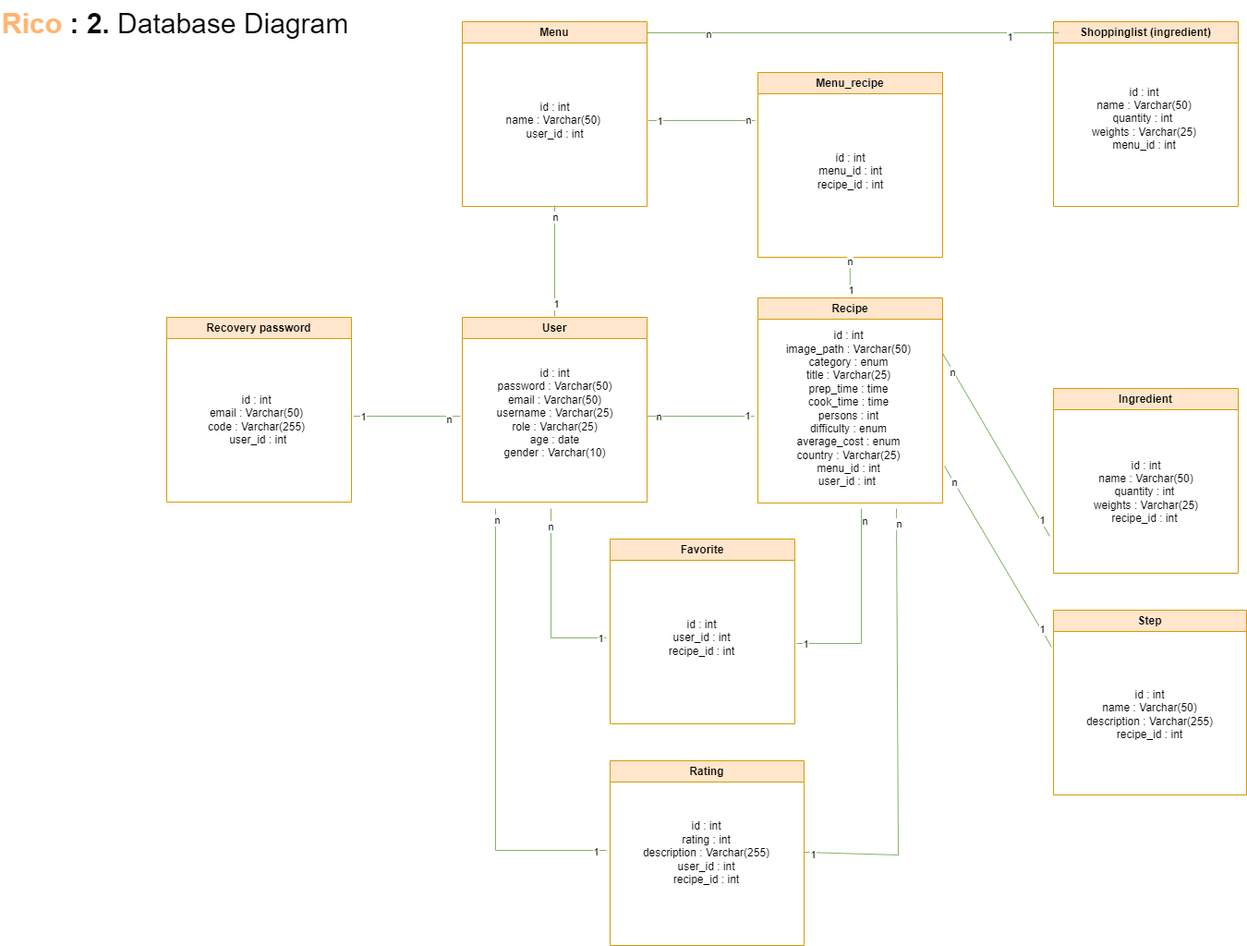
saracruzfdez/ricoCda keeps this draw.io diagram as conception/Database_Diagram.drawio.png. Above is the earlier version. Source tidied: cells renumbered, new cells last; positions are measured from the earlier drawing's top-left corner, leaving out a move shared by most shapes.
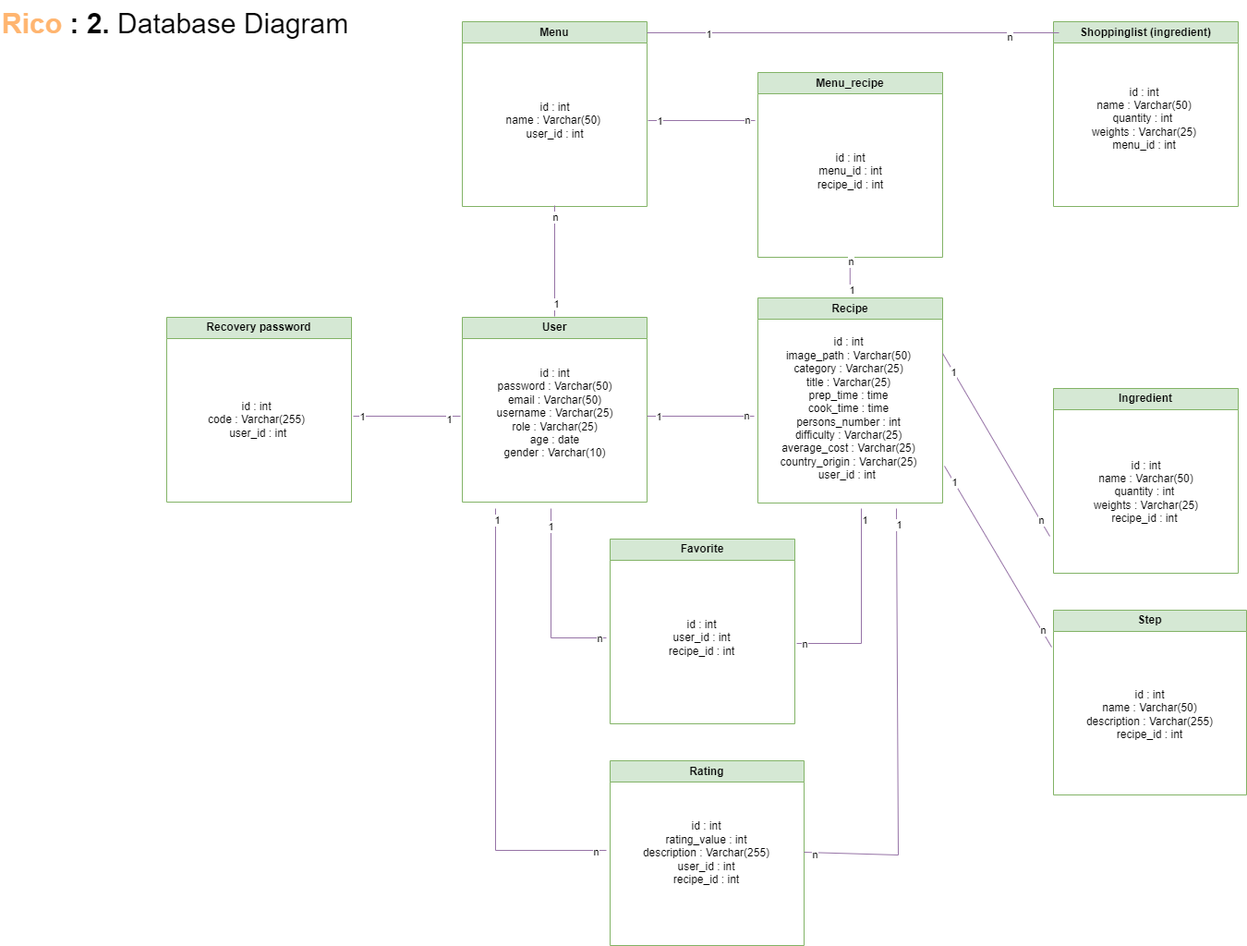
The same file after the commit.

Diff of the diagram source:
```diff
@@ -2,58 +2,58 @@
   <root>
     <mxCell id="0" />
     <mxCell id="1" parent="0" />
-    <mxCell id="2" value="Step" style="swimlane;whiteSpace=wrap;html=1;fillColor=#ffe6cc;strokeColor=#d79b00;" parent="1" vertex="1">
+    <mxCell id="2" value="Step" style="swimlane;whiteSpace=wrap;html=1;fillColor=#d5e8d4;strokeColor=#82b366;" parent="1" vertex="1">
       <mxGeometry x="1140" y="660" width="209" height="200" as="geometry" />
     </mxCell>
     <mxCell id="3" value="id : int&lt;br&gt;name : Varchar(50)&lt;br&gt;description : Varchar(255)&lt;br style=&quot;border-color: var(--border-color);&quot;&gt;recipe_id : int" style="text;html=1;align=center;verticalAlign=middle;strokeColor=none;fillColor=none;" parent="2" vertex="1">
       <mxGeometry x="24" y="78" width="160" height="70" as="geometry" />
     </mxCell>
-    <mxCell id="4" value="Ingredient" style="swimlane;whiteSpace=wrap;html=1;fillColor=#ffe6cc;strokeColor=#d79b00;" parent="1" vertex="1">
+    <mxCell id="4" value="Ingredient" style="swimlane;whiteSpace=wrap;html=1;fillColor=#d5e8d4;strokeColor=#82b366;" parent="1" vertex="1">
       <mxGeometry x="1140" y="420" width="200" height="200" as="geometry" />
     </mxCell>
     <mxCell id="5" value="id : int&lt;br style=&quot;border-color: var(--border-color);&quot;&gt;name : Varchar(50)&lt;br style=&quot;border-color: var(--border-color);&quot;&gt;quantity : int&amp;nbsp;&lt;br style=&quot;border-color: var(--border-color);&quot;&gt;weights : Varchar(25)&lt;br&gt;recipe_id : int&amp;nbsp;" style="text;html=1;align=center;verticalAlign=middle;strokeColor=none;fillColor=none;" parent="4" vertex="1">
       <mxGeometry x="30" y="67" width="140" height="90" as="geometry" />
     </mxCell>
-    <mxCell id="6" value="Shoppinglist (ingredient)" style="swimlane;whiteSpace=wrap;html=1;fillColor=#ffe6cc;strokeColor=#d79b00;" parent="1" vertex="1">
+    <mxCell id="6" value="Shoppinglist (ingredient)" style="swimlane;whiteSpace=wrap;html=1;fillColor=#d5e8d4;strokeColor=#82b366;" parent="1" vertex="1">
       <mxGeometry x="1140" y="23" width="200" height="200" as="geometry" />
     </mxCell>
     <mxCell id="7" value="id : int&lt;br&gt;name : Varchar(50) &lt;br&gt;quantity : int&amp;nbsp;&lt;br&gt;weights : Varchar(25)&lt;br&gt;menu_id : int" style="text;html=1;align=center;verticalAlign=middle;strokeColor=none;fillColor=none;" parent="6" vertex="1">
       <mxGeometry x="28" y="60" width="140" height="90" as="geometry" />
     </mxCell>
-    <mxCell id="8" value="Recipe" style="swimlane;whiteSpace=wrap;html=1;fillColor=#ffe6cc;strokeColor=#d79b00;" parent="1" vertex="1">
+    <mxCell id="8" value="Recipe" style="swimlane;whiteSpace=wrap;html=1;fillColor=#d5e8d4;strokeColor=#82b366;" parent="1" vertex="1">
       <mxGeometry x="820" y="322" width="200" height="222" as="geometry" />
     </mxCell>
-    <mxCell id="9" value="id : int&lt;br&gt;image_path : Varchar(50)&lt;br&gt;category : enum&lt;br&gt;title : Varchar(25)&lt;br&gt;prep_time : time&lt;br style=&quot;border-color: var(--border-color);&quot;&gt;cook_time : time&lt;br&gt;persons : int&lt;br&gt;difficulty : enum&lt;br&gt;average_cost : enum&lt;br&gt;country : Varchar(25)&lt;br&gt;menu_id : int&lt;br&gt;user_id : int&amp;nbsp;" style="text;html=1;align=center;verticalAlign=middle;strokeColor=none;fillColor=none;" parent="8" vertex="1">
-      <mxGeometry x="18" y="25" width="160" height="190" as="geometry" />
+    <mxCell id="9" value="id : int&lt;br&gt;image_path : Varchar(50)&lt;br&gt;category : Varchar(25)&lt;br&gt;title : Varchar(25)&lt;br&gt;prep_time : time&lt;br style=&quot;border-color: var(--border-color);&quot;&gt;cook_time : time&lt;br&gt;persons_number : int&lt;br&gt;difficulty : Varchar(25)&lt;br&gt;average_cost : Varchar(25)&lt;br&gt;country_origin : Varchar(25)&lt;br&gt;user_id : int&amp;nbsp;" style="text;html=1;align=center;verticalAlign=middle;strokeColor=none;fillColor=none;" parent="8" vertex="1">
+      <mxGeometry x="13" y="35" width="170" height="170" as="geometry" />
     </mxCell>
-    <mxCell id="10" value="Rating" style="swimlane;whiteSpace=wrap;html=1;startSize=23;fillColor=#ffe6cc;strokeColor=#d79b00;" parent="1" vertex="1">
+    <mxCell id="10" value="Rating" style="swimlane;whiteSpace=wrap;html=1;startSize=23;fillColor=#d5e8d4;strokeColor=#82b366;" parent="1" vertex="1">
       <mxGeometry x="660" y="823" width="210" height="200" as="geometry" />
     </mxCell>
-    <mxCell id="11" value="id : int&lt;br&gt;rating : int&lt;br&gt;description : Varchar(255)&lt;br&gt;user_id : int&lt;br style=&quot;border-color: var(--border-color);&quot;&gt;recipe_id : int&lt;br style=&quot;border-color: var(--border-color);&quot;&gt;&amp;nbsp;" style="text;html=1;align=center;verticalAlign=middle;strokeColor=none;fillColor=none;" parent="10" vertex="1">
+    <mxCell id="11" value="id : int&lt;br&gt;rating_value : int&lt;br&gt;description : Varchar(255)&lt;br&gt;user_id : int&lt;br style=&quot;border-color: var(--border-color);&quot;&gt;recipe_id : int&lt;br style=&quot;border-color: var(--border-color);&quot;&gt;&amp;nbsp;" style="text;html=1;align=center;verticalAlign=middle;strokeColor=none;fillColor=none;" parent="10" vertex="1">
       <mxGeometry x="24" y="57" width="160" height="100" as="geometry" />
     </mxCell>
-    <mxCell id="12" value="Favorite" style="swimlane;whiteSpace=wrap;html=1;fillColor=#ffe6cc;strokeColor=#d79b00;" parent="1" vertex="1">
+    <mxCell id="12" value="Favorite" style="swimlane;whiteSpace=wrap;html=1;fillColor=#d5e8d4;strokeColor=#82b366;" parent="1" vertex="1">
       <mxGeometry x="660" y="583" width="200" height="200" as="geometry" />
     </mxCell>
-    <mxCell id="13" value="User" style="swimlane;whiteSpace=wrap;html=1;fillColor=#ffe6cc;strokeColor=#d79b00;" parent="1" vertex="1">
+    <mxCell id="13" value="User" style="swimlane;whiteSpace=wrap;html=1;fillColor=#d5e8d4;strokeColor=#82b366;" parent="1" vertex="1">
       <mxGeometry x="500" y="343" width="200" height="200" as="geometry" />
     </mxCell>
     <mxCell id="14" value="id : int&lt;br&gt;password : Varchar(50)&lt;br&gt;email : Varchar(50)&lt;br&gt;username : Varchar(25)&lt;br&gt;role : Varchar(25)&lt;br&gt;age : date&lt;br&gt;gender : Varchar(10)&lt;br style=&quot;border-color: var(--border-color);&quot;&gt;&amp;nbsp;" style="text;html=1;align=center;verticalAlign=middle;strokeColor=none;fillColor=none;" parent="13" vertex="1">
       <mxGeometry x="25" y="46" width="150" height="130" as="geometry" />
     </mxCell>
-    <mxCell id="15" value="Menu" style="swimlane;whiteSpace=wrap;html=1;fillColor=#ffe6cc;strokeColor=#d79b00;" parent="1" vertex="1">
+    <mxCell id="15" value="Menu" style="swimlane;whiteSpace=wrap;html=1;fillColor=#d5e8d4;strokeColor=#82b366;" parent="1" vertex="1">
       <mxGeometry x="500" y="23" width="200" height="200" as="geometry" />
     </mxCell>
     <mxCell id="16" value="id : int&lt;br&gt;name : Varchar(50)&amp;nbsp;&lt;br&gt;user_id : int" style="text;html=1;align=center;verticalAlign=middle;strokeColor=none;fillColor=none;" parent="15" vertex="1">
       <mxGeometry x="35" y="77" width="130" height="60" as="geometry" />
     </mxCell>
-    <mxCell id="17" value="Recovery password" style="swimlane;whiteSpace=wrap;html=1;fillColor=#ffe6cc;strokeColor=#d79b00;" parent="1" vertex="1">
+    <mxCell id="17" value="Recovery password" style="swimlane;whiteSpace=wrap;html=1;fillColor=#d5e8d4;strokeColor=#82b366;" parent="1" vertex="1">
       <mxGeometry x="180" y="343" width="200" height="200" as="geometry" />
     </mxCell>
-    <mxCell id="18" value="id : int&lt;br&gt;email : Varchar(50)&lt;br&gt;code : Varchar(255)&lt;br&gt;&amp;nbsp;user_id : int" style="text;html=1;align=center;verticalAlign=middle;strokeColor=none;fillColor=none;" parent="17" vertex="1">
-      <mxGeometry x="32" y="76" width="130" height="70" as="geometry" />
+    <mxCell id="18" value="id : int&lt;br&gt;code : Varchar(255)&lt;br&gt;&amp;nbsp;user_id : int" style="text;html=1;align=center;verticalAlign=middle;strokeColor=none;fillColor=none;" parent="17" vertex="1">
+      <mxGeometry x="32" y="81" width="130" height="60" as="geometry" />
     </mxCell>
-    <mxCell id="19" style="endArrow=none;html=1;rounded=0;fillColor=#d5e8d4;strokeColor=#82b366;" parent="1" edge="1">
+    <mxCell id="19" style="endArrow=none;html=1;rounded=0;fillColor=#e1d5e7;strokeColor=#9673a6;" parent="1" edge="1">
       <mxGeometry relative="1" as="geometry">
         <mxPoint x="600" y="342" as="sourcePoint" />
         <mxPoint x="600" y="222" as="targetPoint" />
@@ -65,31 +65,31 @@
     <mxCell id="21" value="n" style="edgeLabel;html=1;align=center;verticalAlign=middle;" parent="19" vertex="1">
       <mxGeometry x="0.8" relative="1" as="geometry" />
     </mxCell>
-    <mxCell id="22" style="endArrow=none;html=1;rounded=0;fillColor=#d5e8d4;strokeColor=#82b366;" parent="1" edge="1">
+    <mxCell id="22" style="endArrow=none;html=1;rounded=0;fillColor=#e1d5e7;strokeColor=#9673a6;" parent="1" edge="1">
       <mxGeometry relative="1" as="geometry">
         <mxPoint x="700" y="35" as="sourcePoint" />
         <mxPoint x="1146" y="35" as="targetPoint" />
       </mxGeometry>
     </mxCell>
-    <mxCell id="23" value="n" style="edgeLabel;html=1;align=center;verticalAlign=middle;" parent="22" vertex="1">
+    <mxCell id="23" value="1" style="edgeLabel;html=1;align=center;verticalAlign=middle;" parent="22" vertex="1">
       <mxGeometry x="-0.7" y="-1" relative="1" as="geometry" />
     </mxCell>
-    <mxCell id="24" value="1" style="edgeLabel;html=1;align=center;verticalAlign=middle;" parent="22" vertex="1">
+    <mxCell id="24" value="n" style="edgeLabel;html=1;align=center;verticalAlign=middle;" parent="22" vertex="1">
       <mxGeometry x="0.76" y="-4" relative="1" as="geometry" />
     </mxCell>
-    <mxCell id="25" style="endArrow=none;html=1;rounded=0;fillColor=#d5e8d4;strokeColor=#82b366;" parent="1" edge="1">
+    <mxCell id="25" style="endArrow=none;html=1;rounded=0;fillColor=#e1d5e7;strokeColor=#9673a6;" parent="1" edge="1">
       <mxGeometry relative="1" as="geometry">
         <mxPoint x="700" y="450" as="sourcePoint" />
         <mxPoint x="816" y="450" as="targetPoint" />
       </mxGeometry>
     </mxCell>
-    <mxCell id="26" value="n" style="edgeLabel;html=1;align=center;verticalAlign=middle;" parent="25" vertex="1">
+    <mxCell id="26" value="1" style="edgeLabel;html=1;align=center;verticalAlign=middle;" parent="25" vertex="1">
       <mxGeometry x="-0.79" relative="1" as="geometry" />
     </mxCell>
-    <mxCell id="27" value="1" style="edgeLabel;html=1;align=center;verticalAlign=middle;" parent="25" vertex="1">
+    <mxCell id="27" value="n" style="edgeLabel;html=1;align=center;verticalAlign=middle;" parent="25" vertex="1">
       <mxGeometry x="0.86" y="1" relative="1" as="geometry" />
     </mxCell>
-    <mxCell id="28" value="n" style="endArrow=none;html=1;rounded=0;fillColor=#d5e8d4;strokeColor=#82b366;" parent="1" edge="1">
+    <mxCell id="28" value="1" style="endArrow=none;html=1;rounded=0;fillColor=#e1d5e7;strokeColor=#9673a6;" parent="1" edge="1">
       <mxGeometry x="-0.8" relative="1" as="geometry">
         <mxPoint x="596" y="550" as="sourcePoint" />
         <mxPoint x="656" y="690" as="targetPoint" />
@@ -98,10 +98,10 @@
         </Array>
       </mxGeometry>
     </mxCell>
-    <mxCell id="29" value="1" style="edgeLabel;html=1;align=center;verticalAlign=middle;" parent="28" vertex="1">
+    <mxCell id="29" value="n" style="edgeLabel;html=1;align=center;verticalAlign=middle;" parent="28" vertex="1">
       <mxGeometry x="0.93" relative="1" as="geometry" />
     </mxCell>
-    <mxCell id="30" style="endArrow=none;html=1;rounded=0;fillColor=#d5e8d4;strokeColor=#82b366;" parent="1" edge="1">
+    <mxCell id="30" style="endArrow=none;html=1;rounded=0;fillColor=#e1d5e7;strokeColor=#9673a6;" parent="1" edge="1">
       <mxGeometry relative="1" as="geometry">
         <mxPoint x="932" y="550" as="sourcePoint" />
         <mxPoint x="862" y="696" as="targetPoint" />
@@ -110,13 +110,13 @@
         </Array>
       </mxGeometry>
     </mxCell>
-    <mxCell id="31" value="n" style="edgeLabel;html=1;align=center;verticalAlign=middle;" parent="30" vertex="1">
+    <mxCell id="31" value="1" style="edgeLabel;html=1;align=center;verticalAlign=middle;" parent="30" vertex="1">
       <mxGeometry x="-0.88" y="3" relative="1" as="geometry" />
     </mxCell>
-    <mxCell id="32" value="1" style="edgeLabel;html=1;align=center;verticalAlign=middle;" parent="30" vertex="1">
+    <mxCell id="32" value="n" style="edgeLabel;html=1;align=center;verticalAlign=middle;" parent="30" vertex="1">
       <mxGeometry x="0.92" relative="1" as="geometry" />
     </mxCell>
-    <mxCell id="33" style="endArrow=none;html=1;rounded=0;fillColor=#d5e8d4;strokeColor=#82b366;" parent="1" edge="1">
+    <mxCell id="33" style="endArrow=none;html=1;rounded=0;fillColor=#e1d5e7;strokeColor=#9673a6;" parent="1" edge="1">
       <mxGeometry relative="1" as="geometry">
         <mxPoint x="536" y="550" as="sourcePoint" />
         <mxPoint x="656" y="920" as="targetPoint" />
@@ -125,13 +125,13 @@
         </Array>
       </mxGeometry>
     </mxCell>
-    <mxCell id="34" value="n" style="edgeLabel;html=1;align=center;verticalAlign=middle;" parent="33" vertex="1">
+    <mxCell id="34" value="1" style="edgeLabel;html=1;align=center;verticalAlign=middle;" parent="33" vertex="1">
       <mxGeometry x="-0.95" y="1" relative="1" as="geometry" />
     </mxCell>
-    <mxCell id="35" value="1" style="edgeLabel;html=1;align=center;verticalAlign=middle;" parent="33" vertex="1">
+    <mxCell id="35" value="n" style="edgeLabel;html=1;align=center;verticalAlign=middle;" parent="33" vertex="1">
       <mxGeometry x="0.95" y="-1" relative="1" as="geometry" />
     </mxCell>
-    <mxCell id="36" style="endArrow=none;html=1;rounded=0;entryX=1;entryY=0.5;entryDx=0;entryDy=0;fillColor=#d5e8d4;strokeColor=#82b366;" parent="1" edge="1">
+    <mxCell id="36" style="endArrow=none;html=1;rounded=0;entryX=1;entryY=0.5;entryDx=0;entryDy=0;fillColor=#e1d5e7;strokeColor=#9673a6;" parent="1" edge="1">
       <mxGeometry relative="1" as="geometry">
         <mxPoint x="970" y="550" as="sourcePoint" />
         <mxPoint x="870" y="922" as="targetPoint" />
@@ -140,13 +140,13 @@
         </Array>
       </mxGeometry>
     </mxCell>
-    <mxCell id="37" value="n" style="edgeLabel;html=1;align=center;verticalAlign=middle;" parent="36" vertex="1">
+    <mxCell id="37" value="1" style="edgeLabel;html=1;align=center;verticalAlign=middle;" parent="36" vertex="1">
       <mxGeometry x="-0.93" y="2" relative="1" as="geometry" />
     </mxCell>
-    <mxCell id="38" value="1" style="edgeLabel;html=1;align=center;verticalAlign=middle;" parent="36" vertex="1">
+    <mxCell id="38" value="n" style="edgeLabel;html=1;align=center;verticalAlign=middle;" parent="36" vertex="1">
       <mxGeometry x="0.96" y="2" relative="1" as="geometry" />
     </mxCell>
-    <mxCell id="39" style="endArrow=none;html=1;rounded=0;fillColor=#d5e8d4;strokeColor=#82b366;" parent="1" edge="1">
+    <mxCell id="39" style="endArrow=none;html=1;rounded=0;fillColor=#e1d5e7;strokeColor=#9673a6;" parent="1" edge="1">
       <mxGeometry relative="1" as="geometry">
         <mxPoint x="382" y="450" as="sourcePoint" />
         <mxPoint x="498" y="450" as="targetPoint" />
@@ -155,31 +155,31 @@
     <mxCell id="40" value="1" style="edgeLabel;html=1;align=center;verticalAlign=middle;" parent="39" vertex="1">
       <mxGeometry x="-0.83" relative="1" as="geometry" />
     </mxCell>
-    <mxCell id="41" value="n" style="edgeLabel;html=1;align=center;verticalAlign=middle;" parent="39" vertex="1">
+    <mxCell id="41" value="1" style="edgeLabel;html=1;align=center;verticalAlign=middle;" parent="39" vertex="1">
       <mxGeometry x="0.78" y="-3" relative="1" as="geometry" />
     </mxCell>
-    <mxCell id="42" style="endArrow=none;html=1;rounded=0;fillColor=#d5e8d4;strokeColor=#82b366;" parent="1" edge="1">
+    <mxCell id="42" style="endArrow=none;html=1;rounded=0;fillColor=#e1d5e7;strokeColor=#9673a6;" parent="1" edge="1">
       <mxGeometry relative="1" as="geometry">
         <mxPoint x="1022" y="504" as="sourcePoint" />
         <mxPoint x="1138" y="700" as="targetPoint" />
       </mxGeometry>
     </mxCell>
-    <mxCell id="43" value="n" style="edgeLabel;html=1;align=center;verticalAlign=middle;" parent="42" vertex="1">
+    <mxCell id="43" value="1" style="edgeLabel;html=1;align=center;verticalAlign=middle;" parent="42" vertex="1">
       <mxGeometry x="-0.82" relative="1" as="geometry" />
     </mxCell>
-    <mxCell id="44" value="1" style="edgeLabel;html=1;align=center;verticalAlign=middle;" parent="42" vertex="1">
+    <mxCell id="44" value="n" style="edgeLabel;html=1;align=center;verticalAlign=middle;" parent="42" vertex="1">
       <mxGeometry x="0.81" y="1" relative="1" as="geometry" />
     </mxCell>
-    <mxCell id="45" style="endArrow=none;html=1;rounded=0;fillColor=#d5e8d4;strokeColor=#82b366;" parent="1" edge="1">
+    <mxCell id="45" style="endArrow=none;html=1;rounded=0;fillColor=#e1d5e7;strokeColor=#9673a6;" parent="1" edge="1">
       <mxGeometry relative="1" as="geometry">
         <mxPoint x="1020" y="382" as="sourcePoint" />
         <mxPoint x="1136" y="580" as="targetPoint" />
       </mxGeometry>
     </mxCell>
-    <mxCell id="46" value="n" style="edgeLabel;html=1;align=center;verticalAlign=middle;" parent="45" vertex="1">
+    <mxCell id="46" value="1" style="edgeLabel;html=1;align=center;verticalAlign=middle;" parent="45" vertex="1">
       <mxGeometry x="-0.8" y="-1" relative="1" as="geometry" />
     </mxCell>
-    <mxCell id="47" value="1" style="edgeLabel;html=1;align=center;verticalAlign=middle;" parent="45" vertex="1">
+    <mxCell id="47" value="n" style="edgeLabel;html=1;align=center;verticalAlign=middle;" parent="45" vertex="1">
       <mxGeometry x="0.83" y="1" relative="1" as="geometry" />
     </mxCell>
     <mxCell id="48" value="&lt;font style=&quot;font-size: 30px;&quot;&gt;&lt;font style=&quot;font-size: 30px;&quot;&gt;&lt;b style=&quot;&quot;&gt;&lt;font color=&quot;#ffb570&quot;&gt;Rico &lt;/font&gt;: 2. &lt;/b&gt;Database Diagram&lt;/font&gt;&lt;/font&gt;" style="text;html=1;align=left;verticalAlign=middle;strokeColor=none;fillColor=none;" parent="1" vertex="1">
@@ -188,13 +188,13 @@
     <mxCell id="49" value="id : int&lt;br&gt;user_id : int&lt;br&gt;recipe_id : int" style="text;html=1;align=center;verticalAlign=middle;strokeColor=none;fillColor=none;" parent="1" vertex="1">
       <mxGeometry x="714" y="660" width="90" height="60" as="geometry" />
     </mxCell>
-    <mxCell id="50" value="Menu_recipe" style="swimlane;whiteSpace=wrap;html=1;fillColor=#ffe6cc;strokeColor=#d79b00;" parent="1" vertex="1">
+    <mxCell id="50" value="Menu_recipe" style="swimlane;whiteSpace=wrap;html=1;fillColor=#d5e8d4;strokeColor=#82b366;" parent="1" vertex="1">
       <mxGeometry x="820" y="78" width="200" height="200" as="geometry" />
     </mxCell>
     <mxCell id="51" value="id : int&lt;br&gt;menu_id : int&lt;br&gt;recipe_id : int" style="text;html=1;align=center;verticalAlign=middle;strokeColor=none;fillColor=none;" parent="50" vertex="1">
       <mxGeometry x="55" y="77" width="90" height="60" as="geometry" />
     </mxCell>
-    <mxCell id="52" style="endArrow=none;html=1;rounded=0;fillColor=#d5e8d4;strokeColor=#82b366;" parent="1" edge="1">
+    <mxCell id="52" style="endArrow=none;html=1;rounded=0;fillColor=#e1d5e7;strokeColor=#9673a6;" parent="1" edge="1">
       <mxGeometry relative="1" as="geometry">
         <mxPoint x="701" y="130" as="sourcePoint" />
         <mxPoint x="817" y="130" as="targetPoint" />
@@ -206,7 +206,7 @@
     <mxCell id="54" value="n" style="edgeLabel;html=1;align=center;verticalAlign=middle;" parent="52" vertex="1">
       <mxGeometry x="0.86" y="1" relative="1" as="geometry" />
     </mxCell>
-    <mxCell id="55" style="endArrow=none;html=1;rounded=0;fillColor=#d5e8d4;strokeColor=#82b366;" parent="1" edge="1">
+    <mxCell id="55" style="endArrow=none;html=1;rounded=0;fillColor=#e1d5e7;strokeColor=#9673a6;" parent="1" edge="1">
       <mxGeometry relative="1" as="geometry">
         <mxPoint x="919.8" y="318" as="sourcePoint" />
         <mxPoint x="919.8" y="278" as="targetPoint" />
```
